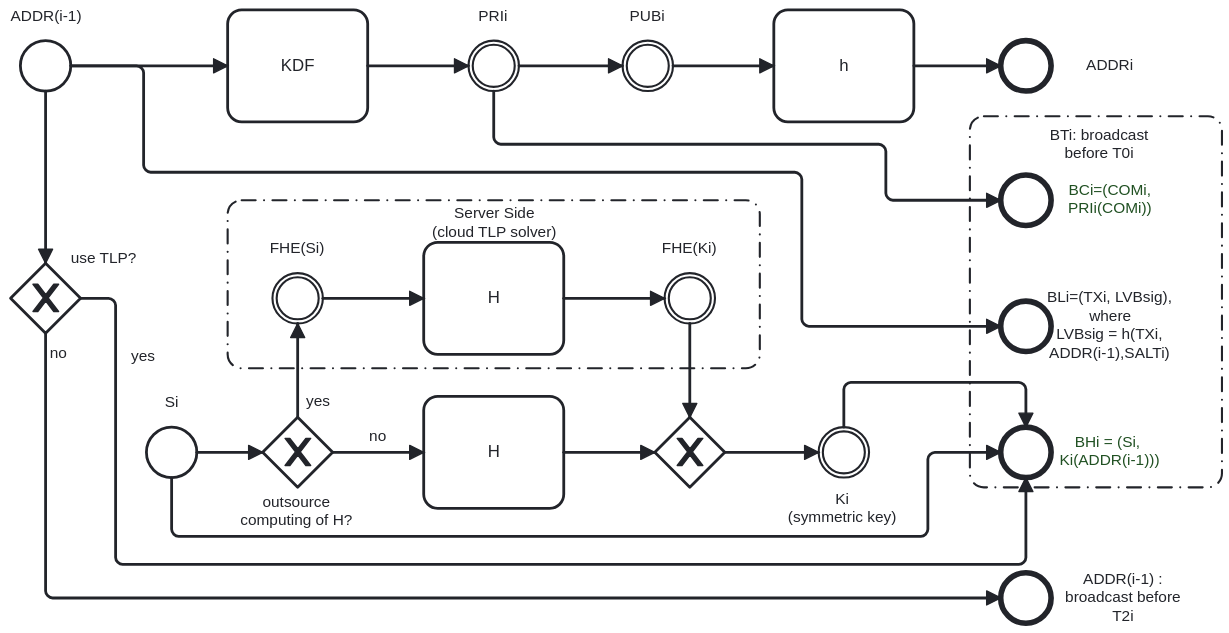
Earlier version of the BPMN export docs/keys_diagram.svg (Yuri-SVB/LVBsig). Its source is kept beside it as docs/keys_diagram.bpmn. Ids are renumbered.
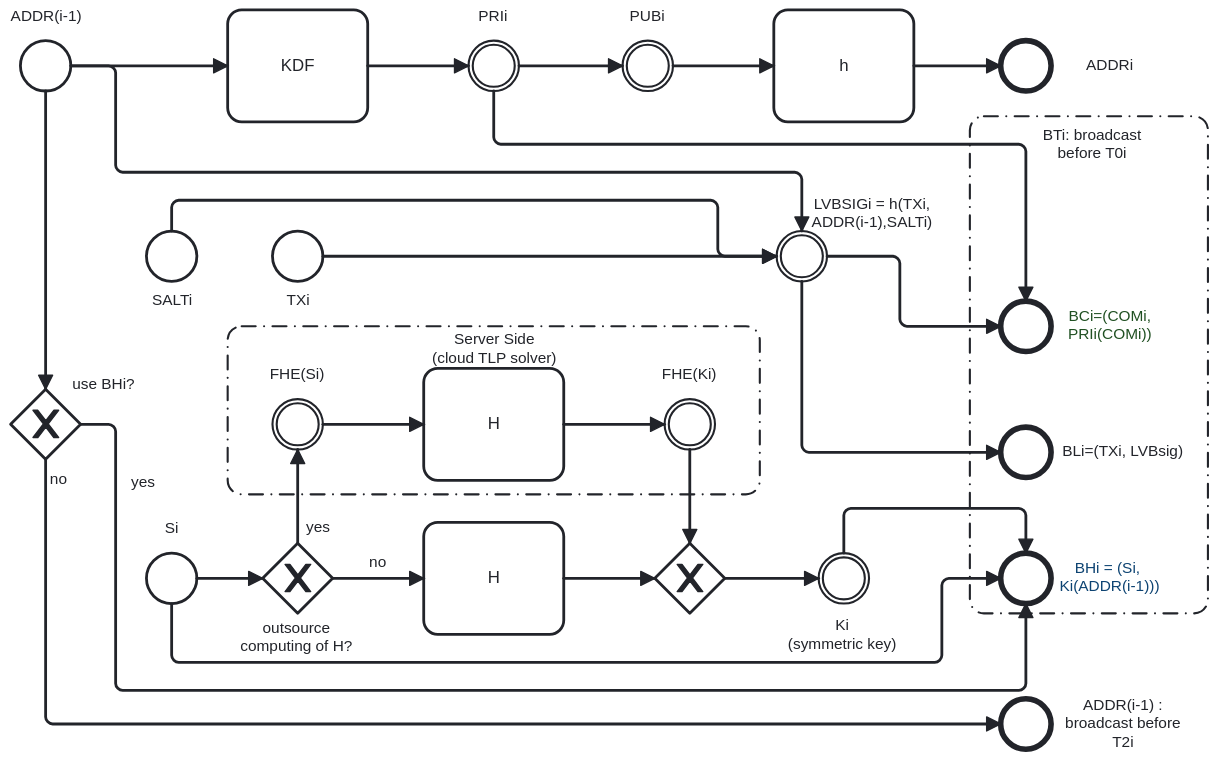
Above is the later version.

Commit message:
added representation to TXi, SALTi and LVBSIGi, and blue coloring to BHi indicating it is never mined

Change to the diagram source:
```diff
@@ -2,8 +2,8 @@
   <bpmn:process id="Process_n2" isExecutable="false">
     <bpmn:startEvent id="StartEvent_n3" name="ADDR(i-1)">
       <bpmn:outgoing>Flow_n4</bpmn:outgoing>
-      <bpmn:outgoing>Flow_n5</bpmn:outgoing>
       <bpmn:outgoing>Flow_n6</bpmn:outgoing>
+      <bpmn:outgoing>Flow_n48</bpmn:outgoing>
     </bpmn:startEvent>
     <bpmn:task id="Activity_n7" name="KDF">
       <bpmn:incoming>Flow_n4</bpmn:incoming>
@@ -69,10 +69,11 @@
     <bpmn:sequenceFlow id="Flow_n31" sourceRef="Event_n25" targetRef="Event_n32" />
     <bpmn:endEvent id="Event_n35" name="BCi=(COMi, PRIi(COMi))">
       <bpmn:incoming>Flow_n11</bpmn:incoming>
+      <bpmn:incoming>Flow_n49</bpmn:incoming>
     </bpmn:endEvent>
     <bpmn:sequenceFlow id="Flow_n11" sourceRef="Event_n9" targetRef="Event_n35" />
-    <bpmn:endEvent id="Event_n36" name="BLi=(TXi, LVBsig),      where&#10;LVBsig = h(TXi, ADDR(i-1),SALTi)">
-      <bpmn:incoming>Flow_n5</bpmn:incoming>
+    <bpmn:endEvent id="Event_n36" name="BLi=(TXi, LVBsig)">
+      <bpmn:incoming>Flow_n50</bpmn:incoming>
     </bpmn:endEvent>
     <bpmn:task id="Activity_n37" name="h">
       <bpmn:incoming>Flow_n13</bpmn:incoming>
@@ -83,13 +84,12 @@
     <bpmn:endEvent id="Event_n38" name="ADDR(i-1) : broadcast before T2i">
       <bpmn:incoming>Flow_n39</bpmn:incoming>
     </bpmn:endEvent>
-    <bpmn:sequenceFlow id="Flow_n5" sourceRef="StartEvent_n3" targetRef="Event_n36" />
     <bpmn:startEvent id="Event_n40" name="Si">
       <bpmn:outgoing>Flow_n17</bpmn:outgoing>
       <bpmn:outgoing>Flow_n34</bpmn:outgoing>
     </bpmn:startEvent>
     <bpmn:sequenceFlow id="Flow_n17" sourceRef="Event_n40" targetRef="Gateway_n16" />
-    <bpmn:exclusiveGateway id="Gateway_n41" name="use TLP?">
+    <bpmn:exclusiveGateway id="Gateway_n41" name="use BHi?">
       <bpmn:incoming>Flow_n6</bpmn:incoming>
       <bpmn:outgoing>Flow_n39</bpmn:outgoing>
       <bpmn:outgoing>Flow_n33</bpmn:outgoing>
@@ -98,6 +98,24 @@
     <bpmn:sequenceFlow id="Flow_n39" name="no" sourceRef="Gateway_n41" targetRef="Event_n38" />
     <bpmn:sequenceFlow id="Flow_n33" name="yes" sourceRef="Gateway_n41" targetRef="Event_n32" />
     <bpmn:sequenceFlow id="Flow_n34" sourceRef="Event_n40" targetRef="Event_n32" />
+    <bpmn:startEvent id="Event_n51" name="TXi">
+      <bpmn:outgoing>Flow_n52</bpmn:outgoing>
+    </bpmn:startEvent>
+    <bpmn:intermediateThrowEvent id="Event_n53" name="LVBSIGi = h(TXi, ADDR(i-1),SALTi)">
+      <bpmn:incoming>Flow_n52</bpmn:incoming>
+      <bpmn:incoming>Flow_n48</bpmn:incoming>
+      <bpmn:incoming>Flow_n54</bpmn:incoming>
+      <bpmn:outgoing>Flow_n50</bpmn:outgoing>
+      <bpmn:outgoing>Flow_n49</bpmn:outgoing>
+    </bpmn:intermediateThrowEvent>
+    <bpmn:sequenceFlow id="Flow_n52" sourceRef="Event_n51" targetRef="Event_n53" />
+    <bpmn:sequenceFlow id="Flow_n48" sourceRef="StartEvent_n3" targetRef="Event_n53" />
+    <bpmn:sequenceFlow id="Flow_n50" sourceRef="Event_n53" targetRef="Event_n36" />
+    <bpmn:sequenceFlow id="Flow_n49" sourceRef="Event_n53" targetRef="Event_n35" />
+    <bpmn:startEvent id="Event_n55" name="SALTi">
+      <bpmn:outgoing>Flow_n54</bpmn:outgoing>
+    </bpmn:startEvent>
+    <bpmn:sequenceFlow id="Flow_n54" sourceRef="Event_n55" targetRef="Event_n53" />
     <bpmn:group id="Group_n42" categoryValueRef="CategoryValue_n43" />
     <bpmn:group id="Group_n44" categoryValueRef="CategoryValue_n45" />
   </bpmn:process>
@@ -137,91 +155,132 @@
           <dc:Bounds x="923" y="117" width="34" height="14" />
         </bpmndi:BPMNLabel>
       </bpmndi:BPMNShape>
-      <bpmndi:BPMNShape id="Gateway_n16_di" bpmnElement="Gateway_n16" isMarkerVisible="true">
-        <dc:Bounds x="335" y="375" width="50" height="50" />
-        <bpmndi:BPMNLabel>
-          <dc:Bounds x="319" y="429" width="81" height="27" />
-        </bpmndi:BPMNLabel>
-      </bpmndi:BPMNShape>
-      <bpmndi:BPMNShape id="Activity_n20_di" bpmnElement="Activity_n20">
-        <dc:Bounds x="450" y="360" width="100" height="80" />
-        <bpmndi:BPMNLabel />
-      </bpmndi:BPMNShape>
-      <bpmndi:BPMNShape id="Gateway_n22_di" bpmnElement="Gateway_n22" isMarkerVisible="true">
-        <dc:Bounds x="615" y="375" width="50" height="50" />
-      </bpmndi:BPMNShape>
-      <bpmndi:BPMNShape id="Activity_n26_di" bpmnElement="Activity_n26">
-        <dc:Bounds x="450" y="250" width="100" height="80" />
-        <bpmndi:BPMNLabel />
-      </bpmndi:BPMNShape>
-      <bpmndi:BPMNShape id="Event_n29_di" bpmnElement="Event_n29">
-        <dc:Bounds x="342" y="272" width="36" height="36" />
-        <bpmndi:BPMNLabel>
-          <dc:Bounds x="340" y="248" width="40" height="14" />
-        </bpmndi:BPMNLabel>
-      </bpmndi:BPMNShape>
-      <bpmndi:BPMNShape id="Event_n30_di" bpmnElement="Event_n30">
-        <dc:Bounds x="622" y="272" width="36" height="36" />
-        <bpmndi:BPMNLabel>
-          <dc:Bounds x="620" y="248" width="40" height="14" />
-        </bpmndi:BPMNLabel>
-      </bpmndi:BPMNShape>
-      <bpmndi:BPMNShape id="Event_n25_di" bpmnElement="Event_n25">
-        <dc:Bounds x="732" y="382" width="36" height="36" />
-        <bpmndi:BPMNLabel>
-          <dc:Bounds x="710" y="427" width="78" height="27" />
-        </bpmndi:BPMNLabel>
-      </bpmndi:BPMNShape>
-      <bpmndi:BPMNShape id="Event_n32_di" bpmnElement="Event_n32">
-        <dc:Bounds x="862" y="382" width="36" height="36" />
-        <bpmndi:BPMNLabel color:color="#205022">
-          <dc:Bounds x="904" y="386" width="72" height="27" />
-        </bpmndi:BPMNLabel>
-      </bpmndi:BPMNShape>
-      <bpmndi:BPMNShape id="Event_n35_di" bpmnElement="Event_n35">
-        <dc:Bounds x="862" y="202" width="36" height="36" />
-        <bpmndi:BPMNLabel color:color="#205022">
-          <dc:Bounds x="910" y="206" width="60" height="27" />
-        </bpmndi:BPMNLabel>
-      </bpmndi:BPMNShape>
-      <bpmndi:BPMNShape id="Event_n36_di" bpmnElement="Event_n36">
-        <dc:Bounds x="862" y="292" width="36" height="36" />
-        <bpmndi:BPMNLabel>
-          <dc:Bounds x="895" y="283" width="90" height="53" />
-        </bpmndi:BPMNLabel>
-      </bpmndi:BPMNShape>
       <bpmndi:BPMNShape id="Activity_n37_di" bpmnElement="Activity_n37">
         <dc:Bounds x="700" y="84" width="100" height="80" />
         <bpmndi:BPMNLabel />
       </bpmndi:BPMNShape>
+      <bpmndi:BPMNShape id="Gateway_n16_di" bpmnElement="Gateway_n16" isMarkerVisible="true">
+        <dc:Bounds x="335" y="465" width="50" height="50" />
+        <bpmndi:BPMNLabel>
+          <dc:Bounds x="319" y="519" width="81" height="27" />
+        </bpmndi:BPMNLabel>
+      </bpmndi:BPMNShape>
+      <bpmndi:BPMNShape id="Activity_n20_di" bpmnElement="Activity_n20">
+        <dc:Bounds x="450" y="450" width="100" height="80" />
+        <bpmndi:BPMNLabel />
+      </bpmndi:BPMNShape>
+      <bpmndi:BPMNShape id="Gateway_n22_di" bpmnElement="Gateway_n22" isMarkerVisible="true">
+        <dc:Bounds x="615" y="465" width="50" height="50" />
+      </bpmndi:BPMNShape>
+      <bpmndi:BPMNShape id="Activity_n26_di" bpmnElement="Activity_n26">
+        <dc:Bounds x="450" y="340" width="100" height="80" />
+        <bpmndi:BPMNLabel />
+      </bpmndi:BPMNShape>
+      <bpmndi:BPMNShape id="Event_n29_di" bpmnElement="Event_n29">
+        <dc:Bounds x="342" y="362" width="36" height="36" />
+        <bpmndi:BPMNLabel>
+          <dc:Bounds x="340" y="338" width="40" height="14" />
+        </bpmndi:BPMNLabel>
+      </bpmndi:BPMNShape>
+      <bpmndi:BPMNShape id="Event_n30_di" bpmnElement="Event_n30">
+        <dc:Bounds x="622" y="362" width="36" height="36" />
+        <bpmndi:BPMNLabel>
+          <dc:Bounds x="620" y="338" width="40" height="14" />
+        </bpmndi:BPMNLabel>
+      </bpmndi:BPMNShape>
+      <bpmndi:BPMNShape id="Event_n25_di" bpmnElement="Event_n25">
+        <dc:Bounds x="732" y="472" width="36" height="36" />
+        <bpmndi:BPMNLabel>
+          <dc:Bounds x="710" y="517" width="78" height="27" />
+        </bpmndi:BPMNLabel>
+      </bpmndi:BPMNShape>
+      <bpmndi:BPMNShape id="Event_n32_di" bpmnElement="Event_n32">
+        <dc:Bounds x="862" y="472" width="36" height="36" />
+        <bpmndi:BPMNLabel color:color="#0d4372">
+          <dc:Bounds x="904" y="476" width="72" height="27" />
+        </bpmndi:BPMNLabel>
+      </bpmndi:BPMNShape>
+      <bpmndi:BPMNShape id="Event_n35_di" bpmnElement="Event_n35">
+        <dc:Bounds x="862" y="292" width="36" height="36" />
+        <bpmndi:BPMNLabel color:color="#205022">
+          <dc:Bounds x="910" y="296" width="60" height="27" />
+        </bpmndi:BPMNLabel>
+      </bpmndi:BPMNShape>
+      <bpmndi:BPMNShape id="Event_n36_di" bpmnElement="Event_n36">
+        <dc:Bounds x="862" y="382" width="36" height="36" />
+        <bpmndi:BPMNLabel>
+          <dc:Bounds x="906" y="393" width="87" height="14" />
+        </bpmndi:BPMNLabel>
+      </bpmndi:BPMNShape>
       <bpmndi:BPMNShape id="Event_n38_di" bpmnElement="Event_n38">
-        <dc:Bounds x="862" y="486" width="36" height="36" />
+        <dc:Bounds x="862" y="576" width="36" height="36" />
         <bpmndi:BPMNLabel>
-          <dc:Bounds x="908" y="484" width="83" height="40" />
+          <dc:Bounds x="908" y="574" width="83" height="40" />
         </bpmndi:BPMNLabel>
       </bpmndi:BPMNShape>
       <bpmndi:BPMNShape id="Event_n40_di" bpmnElement="Event_n40">
-        <dc:Bounds x="252" y="382" width="36" height="36" />
+        <dc:Bounds x="252" y="472" width="36" height="36" />
         <bpmndi:BPMNLabel>
-          <dc:Bounds x="265" y="358" width="10" height="14" />
+          <dc:Bounds x="265" y="448" width="10" height="14" />
         </bpmndi:BPMNLabel>
       </bpmndi:BPMNShape>
       <bpmndi:BPMNShape id="Gateway_n41_di" bpmnElement="Gateway_n41" isMarkerVisible="true">
-        <dc:Bounds x="155" y="265" width="50" height="50" />
+        <dc:Bounds x="155" y="355" width="50" height="50" />
         <bpmndi:BPMNLabel>
-          <dc:Bounds x="198" y="255" width="47" height="14" />
+          <dc:Bounds x="199" y="345" width="45" height="14" />
         </bpmndi:BPMNLabel>
       </bpmndi:BPMNShape>
-      <bpmndi:BPMNShape id="Group_n42_di" bpmnElement="Group_n42">
-        <dc:Bounds x="310" y="220" width="380" height="120" />
+      <bpmndi:BPMNShape id="Event_n53_di" bpmnElement="Event_n53">
+        <dc:Bounds x="702" y="242" width="36" height="36" />
         <bpmndi:BPMNLabel>
-          <dc:Bounds x="456" y="223" width="89" height="27" />
+          <dc:Bounds x="727" y="216" width="87" height="27" />
         </bpmndi:BPMNLabel>
       </bpmndi:BPMNShape>
+      <bpmndi:BPMNShape id="Event_n51_di" bpmnElement="Event_n51">
+        <dc:Bounds x="342" y="242" width="36" height="36" />
+        <bpmndi:BPMNLabel>
+          <dc:Bounds x="352" y="285" width="17" height="14" />
+        </bpmndi:BPMNLabel>
+      </bpmndi:BPMNShape>
+      <bpmndi:BPMNShape id="Event_n55_di" bpmnElement="Event_n55">
+        <dc:Bounds x="252" y="242" width="36" height="36" />
+        <bpmndi:BPMNLabel>
+          <dc:Bounds x="256" y="285" width="29" height="14" />
+        </bpmndi:BPMNLabel>
+      </bpmndi:BPMNShape>
+      <bpmndi:BPMNEdge id="Flow_n52_di" bpmnElement="Flow_n52">
+        <di:waypoint x="378" y="260" />
+        <di:waypoint x="702" y="260" />
+      </bpmndi:BPMNEdge>
+      <bpmndi:BPMNEdge id="Flow_n48_di" bpmnElement="Flow_n48">
+        <di:waypoint x="198" y="124" />
+        <di:waypoint x="230" y="124" />
+        <di:waypoint x="230" y="200" />
+        <di:waypoint x="720" y="200" />
+        <di:waypoint x="720" y="242" />
+      </bpmndi:BPMNEdge>
+      <bpmndi:BPMNEdge id="Flow_n50_di" bpmnElement="Flow_n50">
+        <di:waypoint x="720" y="278" />
+        <di:waypoint x="720" y="400" />
+        <di:waypoint x="862" y="400" />
+      </bpmndi:BPMNEdge>
+      <bpmndi:BPMNEdge id="Flow_n49_di" bpmnElement="Flow_n49">
+        <di:waypoint x="738" y="260" />
+        <di:waypoint x="790" y="260" />
+        <di:waypoint x="790" y="310" />
+        <di:waypoint x="862" y="310" />
+      </bpmndi:BPMNEdge>
+      <bpmndi:BPMNEdge id="Flow_n54_di" bpmnElement="Flow_n54">
+        <di:waypoint x="270" y="242" />
+        <di:waypoint x="270" y="220" />
+        <di:waypoint x="660" y="220" />
+        <di:waypoint x="660" y="260" />
+        <di:waypoint x="702" y="260" />
+      </bpmndi:BPMNEdge>
       <bpmndi:BPMNShape id="Group_n44_di" bpmnElement="Group_n44">
-        <dc:Bounds x="840" y="160" width="180" height="265" />
+        <dc:Bounds x="840" y="160" width="170" height="355" />
         <bpmndi:BPMNLabel>
-          <dc:Bounds x="897" y="167" width="71" height="27" />
+          <dc:Bounds x="892" y="167" width="71" height="27" />
         </bpmndi:BPMNLabel>
       </bpmndi:BPMNShape>
       <bpmndi:BPMNEdge id="Flow_n4_di" bpmnElement="Flow_n4">
@@ -237,51 +296,50 @@
         <di:waypoint x="592" y="124" />
       </bpmndi:BPMNEdge>
       <bpmndi:BPMNEdge id="Flow_n18_di" bpmnElement="Flow_n18">
-        <di:waypoint x="385" y="400" />
-        <di:waypoint x="450" y="400" />
+        <di:waypoint x="385" y="490" />
+        <di:waypoint x="450" y="490" />
         <bpmndi:BPMNLabel>
-          <dc:Bounds x="411" y="382" width="13" height="14" />
+          <dc:Bounds x="411" y="472" width="13" height="14" />
         </bpmndi:BPMNLabel>
       </bpmndi:BPMNEdge>
       <bpmndi:BPMNEdge id="Flow_n21_di" bpmnElement="Flow_n21">
-        <di:waypoint x="550" y="400" />
-        <di:waypoint x="615" y="400" />
+        <di:waypoint x="550" y="490" />
+        <di:waypoint x="615" y="490" />
       </bpmndi:BPMNEdge>
       <bpmndi:BPMNEdge id="Flow_n24_di" bpmnElement="Flow_n24">
-        <di:waypoint x="665" y="400" />
-        <di:waypoint x="732" y="400" />
+        <di:waypoint x="665" y="490" />
+        <di:waypoint x="732" y="490" />
       </bpmndi:BPMNEdge>
       <bpmndi:BPMNEdge id="Flow_n19_di" bpmnElement="Flow_n19">
-        <di:waypoint x="360" y="375" />
-        <di:waypoint x="360" y="308" />
+        <di:waypoint x="360" y="465" />
+        <di:waypoint x="360" y="398" />
         <bpmndi:BPMNLabel>
-          <dc:Bounds x="366" y="357" width="18" height="14" />
+          <dc:Bounds x="366" y="447" width="18" height="14" />
         </bpmndi:BPMNLabel>
       </bpmndi:BPMNEdge>
       <bpmndi:BPMNEdge id="Flow_n27_di" bpmnElement="Flow_n27">
-        <di:waypoint x="378" y="290" />
-        <di:waypoint x="450" y="290" />
+        <di:waypoint x="378" y="380" />
+        <di:waypoint x="450" y="380" />
       </bpmndi:BPMNEdge>
       <bpmndi:BPMNEdge id="Flow_n28_di" bpmnElement="Flow_n28">
-        <di:waypoint x="550" y="290" />
-        <di:waypoint x="622" y="290" />
+        <di:waypoint x="550" y="380" />
+        <di:waypoint x="622" y="380" />
       </bpmndi:BPMNEdge>
       <bpmndi:BPMNEdge id="Flow_n23_di" bpmnElement="Flow_n23">
-        <di:waypoint x="640" y="308" />
-        <di:waypoint x="640" y="375" />
+        <di:waypoint x="640" y="398" />
+        <di:waypoint x="640" y="465" />
       </bpmndi:BPMNEdge>
       <bpmndi:BPMNEdge id="Flow_n31_di" bpmnElement="Flow_n31">
-        <di:waypoint x="750" y="382" />
-        <di:waypoint x="750" y="350" />
-        <di:waypoint x="880" y="350" />
-        <di:waypoint x="880" y="382" />
+        <di:waypoint x="750" y="472" />
+        <di:waypoint x="750" y="440" />
+        <di:waypoint x="880" y="440" />
+        <di:waypoint x="880" y="472" />
       </bpmndi:BPMNEdge>
       <bpmndi:BPMNEdge id="Flow_n11_di" bpmnElement="Flow_n11">
         <di:waypoint x="500" y="142" />
         <di:waypoint x="500" y="180" />
-        <di:waypoint x="780" y="180" />
-        <di:waypoint x="780" y="220" />
-        <di:waypoint x="862" y="220" />
+        <di:waypoint x="880" y="180" />
+        <di:waypoint x="880" y="292" />
       </bpmndi:BPMNEdge>
       <bpmndi:BPMNEdge id="Flow_n13_di" bpmnElement="Flow_n13">
         <di:waypoint x="628" y="124" />
@@ -291,47 +349,45 @@
         <di:waypoint x="800" y="124" />
         <di:waypoint x="862" y="124" />
       </bpmndi:BPMNEdge>
-      <bpmndi:BPMNEdge id="Flow_n5_di" bpmnElement="Flow_n5">
-        <di:waypoint x="198" y="124" />
-        <di:waypoint x="250" y="124" />
-        <di:waypoint x="250" y="200" />
-        <di:waypoint x="720" y="200" />
-        <di:waypoint x="720" y="310" />
-        <di:waypoint x="862" y="310" />
-      </bpmndi:BPMNEdge>
       <bpmndi:BPMNEdge id="Flow_n17_di" bpmnElement="Flow_n17">
-        <di:waypoint x="288" y="400" />
-        <di:waypoint x="335" y="400" />
+        <di:waypoint x="288" y="490" />
+        <di:waypoint x="335" y="490" />
       </bpmndi:BPMNEdge>
       <bpmndi:BPMNEdge id="Flow_n6_di" bpmnElement="Flow_n6">
         <di:waypoint x="180" y="142" />
-        <di:waypoint x="180" y="265" />
+        <di:waypoint x="180" y="355" />
       </bpmndi:BPMNEdge>
       <bpmndi:BPMNEdge id="Flow_n39_di" bpmnElement="Flow_n39">
-        <di:waypoint x="180" y="315" />
-        <di:waypoint x="180" y="504" />
-        <di:waypoint x="862" y="504" />
+        <di:waypoint x="180" y="405" />
+        <di:waypoint x="180" y="594" />
+        <di:waypoint x="862" y="594" />
         <bpmndi:BPMNLabel>
-          <dc:Bounds x="183" y="323" width="13" height="14" />
+          <dc:Bounds x="183" y="413" width="13" height="14" />
         </bpmndi:BPMNLabel>
       </bpmndi:BPMNEdge>
       <bpmndi:BPMNEdge id="Flow_n33_di" bpmnElement="Flow_n33">
-        <di:waypoint x="205" y="290" />
-        <di:waypoint x="230" y="290" />
-        <di:waypoint x="230" y="480" />
-        <di:waypoint x="880" y="480" />
-        <di:waypoint x="880" y="418" />
+        <di:waypoint x="205" y="380" />
+        <di:waypoint x="230" y="380" />
+        <di:waypoint x="230" y="570" />
+        <di:waypoint x="880" y="570" />
+        <di:waypoint x="880" y="508" />
         <bpmndi:BPMNLabel>
-          <dc:Bounds x="241" y="325" width="18" height="14" />
+          <dc:Bounds x="241" y="415" width="18" height="14" />
         </bpmndi:BPMNLabel>
       </bpmndi:BPMNEdge>
       <bpmndi:BPMNEdge id="Flow_n34_di" bpmnElement="Flow_n34">
-        <di:waypoint x="270" y="418" />
-        <di:waypoint x="270" y="460" />
-        <di:waypoint x="810" y="460" />
-        <di:waypoint x="810" y="400" />
-        <di:waypoint x="862" y="400" />
+        <di:waypoint x="270" y="508" />
+        <di:waypoint x="270" y="550" />
+        <di:waypoint x="820" y="550" />
+        <di:waypoint x="820" y="490" />
+        <di:waypoint x="862" y="490" />
       </bpmndi:BPMNEdge>
+      <bpmndi:BPMNShape id="Group_n42_di" bpmnElement="Group_n42">
+        <dc:Bounds x="310" y="310" width="380" height="120" />
+        <bpmndi:BPMNLabel>
+          <dc:Bounds x="456" y="313" width="89" height="27" />
+        </bpmndi:BPMNLabel>
+      </bpmndi:BPMNShape>
     </bpmndi:BPMNPlane>
   </bpmndi:BPMNDiagram>
 </bpmn:definitions>
```
